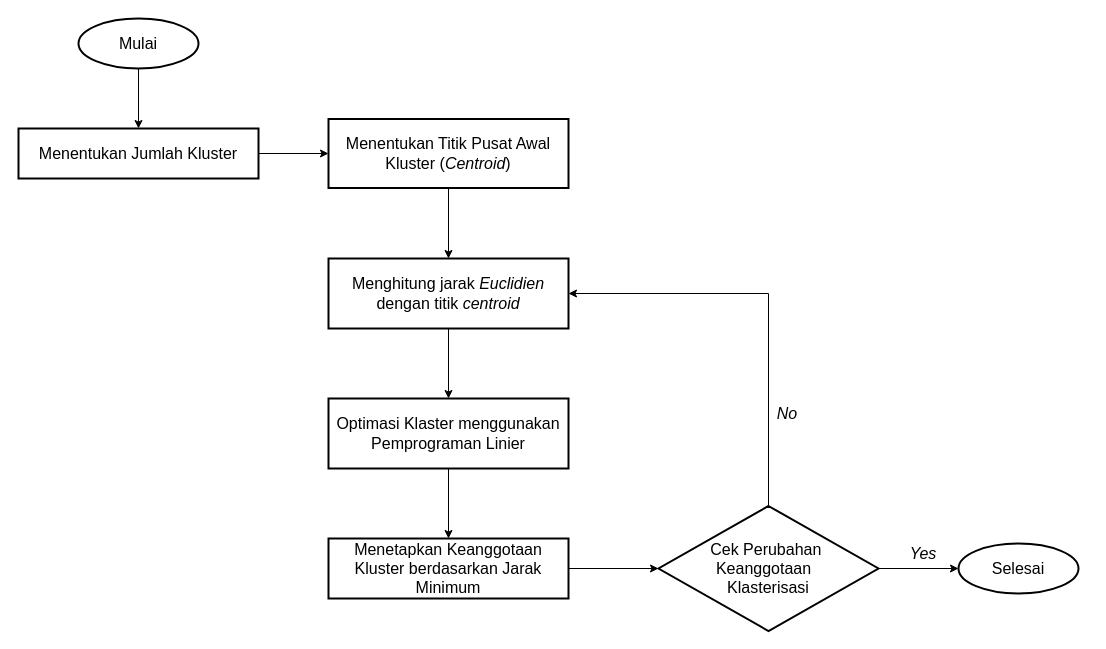
Earlier version of the draw.io diagram page "Halaman-6" (6 of 7) of Diagram Tanpa Judul.drawio (NayaRPL/bebas). Source tidied: cells renumbered, new cells numbered last; positions are measured from the earlier drawing's top-left corner, leaving out a move shared by most shapes. Both pictures are drawn from the tidied source at 100%, with x=0, y=0 at pixel (18, 18).
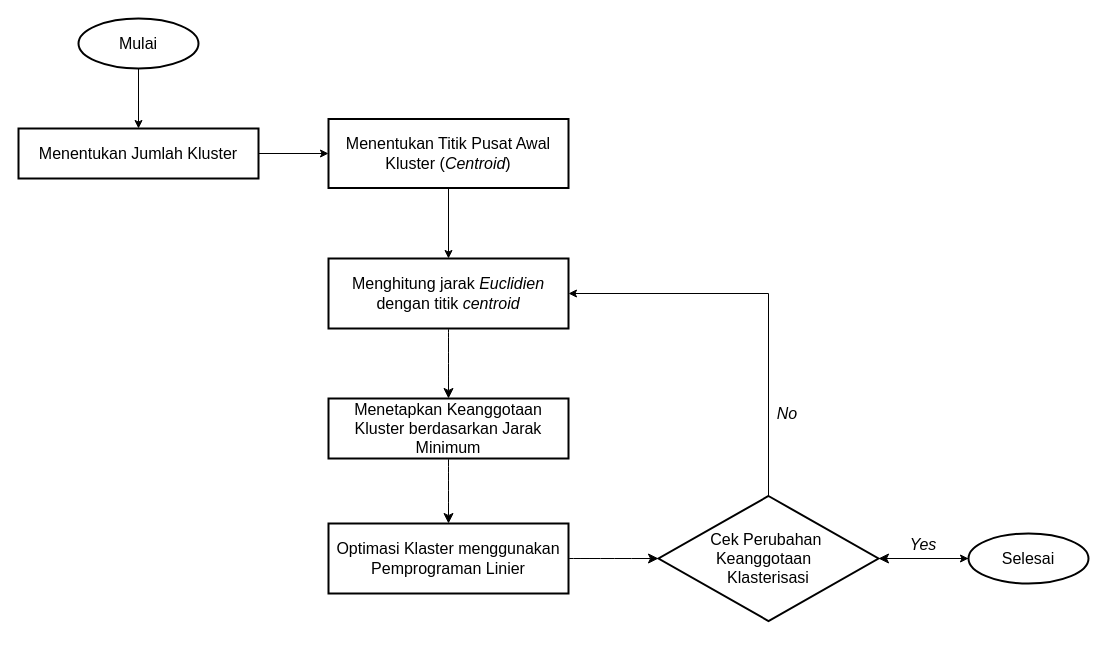
Above is the later version.

Unchanged cells that the change refers to:
```xml
<mxCell id="9" value="&lt;font style=&quot;font-size: 16px;&quot;&gt;Menghitung jarak &lt;i style=&quot;&quot;&gt;Euclidien&lt;/i&gt; dengan titik &lt;i style=&quot;&quot;&gt;centroid&lt;/i&gt;&lt;/font&gt;" style="rounded=0;whiteSpace=wrap;html=1;absoluteArcSize=1;arcSize=14;strokeWidth=2;" parent="1" vertex="1">
  <mxGeometry x="310" y="240" width="240" height="70" as="geometry" />
</mxCell>
```

The edit, as a diff of the source:
```diff
@@
-    <mxCell id="8" style="edgeStyle=orthogonalEdgeStyle;rounded=0;jettySize=auto;html=1;exitX=0.5;exitY=1;exitDx=0;exitDy=0;entryX=0.5;entryY=0;entryDx=0;entryDy=0;" parent="1" edge="1" source="9" target="18">
-      <mxGeometry relative="1" as="geometry" />
-    </mxCell>
+    <mxCell id="20" style="edgeStyle=none;curved=1;rounded=0;jettySize=auto;html=1;exitX=0.5;exitY=1;exitDx=0;exitDy=0;entryX=0.5;entryY=0;entryDx=0;entryDy=0;fontSize=12;startSize=8;endSize=8;" parent="1" edge="1" source="9" target="11">
+      <mxGeometry relative="1" as="geometry" />
+    </mxCell>
@@
-    <mxCell id="10" style="edgeStyle=orthogonalEdgeStyle;rounded=0;jettySize=auto;html=1;exitX=1;exitY=0.5;exitDx=0;exitDy=0;" parent="1" edge="1" source="11" target="13">
-      <mxGeometry relative="1" as="geometry" />
-    </mxCell>
+    <mxCell id="21" style="edgeStyle=none;curved=1;rounded=0;jettySize=auto;html=1;exitX=0.5;exitY=1;exitDx=0;exitDy=0;entryX=0.5;entryY=0;entryDx=0;entryDy=0;fontSize=12;startSize=8;endSize=8;" parent="1" edge="1" source="11" target="18">
+      <mxGeometry relative="1" as="geometry" />
+    </mxCell>
     <mxCell id="11" value="&lt;font style=&quot;font-size: 16px;&quot;&gt;Menetapkan Keanggotaan Kluster berdasarkan Jarak Minimum&lt;/font&gt;" style="rounded=0;whiteSpace=wrap;html=1;absoluteArcSize=1;arcSize=14;strokeWidth=2;" parent="1" vertex="1">
-      <mxGeometry x="310" y="520" width="240" height="60" as="geometry" />
+      <mxGeometry x="310" y="380" width="240" height="60" as="geometry" />
     </mxCell>
@@
     <mxCell id="13" value="&lt;font style=&quot;font-size: 16px;&quot;&gt;Cek Perubahan&amp;nbsp;&lt;/font&gt;&lt;div&gt;&lt;font style=&quot;font-size: 16px;&quot;&gt;Keanggotaan&amp;nbsp;&amp;nbsp;&lt;/font&gt;&lt;/div&gt;&lt;div&gt;&lt;font style=&quot;font-size: 16px;&quot;&gt;Klasterisasi&lt;/font&gt;&lt;/div&gt;" style="strokeWidth=2;html=1;shape=mxgraph.flowchart.decision;whiteSpace=wrap;align=center;" parent="1" vertex="1">
-      <mxGeometry x="640" y="487.5" width="220" height="125" as="geometry" />
+      <mxGeometry x="640" y="477.5" width="220" height="125" as="geometry" />
     </mxCell>
+    <mxCell id="22" style="edgeStyle=none;curved=1;rounded=0;jettySize=auto;html=1;fontSize=12;startSize=8;endSize=8;" parent="1" edge="1" source="14" target="13">
+      <mxGeometry relative="1" as="geometry" />
+    </mxCell>
     <mxCell id="14" value="&lt;font style=&quot;font-size: 16px;&quot;&gt;Selesai&lt;/font&gt;" style="strokeWidth=2;html=1;shape=mxgraph.flowchart.start_1;whiteSpace=wrap;" parent="1" vertex="1">
-      <mxGeometry x="940" y="525" width="120" height="50" as="geometry" />
+      <mxGeometry x="950" y="515" width="120" height="50" as="geometry" />
     </mxCell>
@@
     <mxCell id="16" value="&lt;font style=&quot;font-size: 16px;&quot;&gt;&lt;i style=&quot;&quot;&gt;Yes&lt;/i&gt;&lt;/font&gt;" style="text;html=1;align=center;verticalAlign=middle;whiteSpace=wrap;rounded=0;" parent="1" vertex="1">
-      <mxGeometry x="880" y="520" width="50" height="30" as="geometry" />
+      <mxGeometry x="880" y="511" width="50" height="30" as="geometry" />
     </mxCell>
-    <mxCell id="17" style="edgeStyle=orthogonalEdgeStyle;rounded=0;jettySize=auto;html=1;" parent="1" edge="1" source="18" target="11">
-      <mxGeometry relative="1" as="geometry" />
-    </mxCell>
     <mxCell id="18" value="&lt;font style=&quot;font-size: 16px;&quot;&gt;Optimasi Klaster menggunakan Pemprograman Linier&lt;/font&gt;" style="rounded=0;whiteSpace=wrap;html=1;absoluteArcSize=1;arcSize=14;strokeWidth=2;" parent="1" vertex="1">
-      <mxGeometry x="310" y="380" width="240" height="70" as="geometry" />
+      <mxGeometry x="310" y="505" width="240" height="70" as="geometry" />
     </mxCell>
@@
+    <mxCell id="23" style="edgeStyle=none;curved=1;rounded=0;jettySize=auto;html=1;exitX=1;exitY=0.5;exitDx=0;exitDy=0;entryX=0;entryY=0.5;entryDx=0;entryDy=0;entryPerimeter=0;fontSize=12;startSize=8;endSize=8;" parent="1" edge="1" source="18" target="13">
+      <mxGeometry relative="1" as="geometry" />
+    </mxCell>
```
